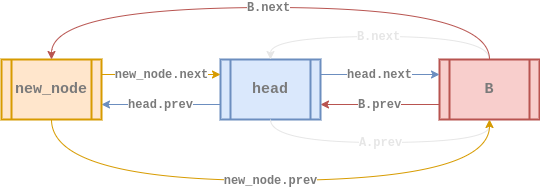
This is assets/images/data-structure/linked-list/cll-doubly-insert_at4.png from rolemadelen/euisblue.github.io, a draw.io export, as it was before one commit. Source tidied: cells renumbered, new cells last; positions are measured from the earlier drawing's top-left corner, leaving out a move shared by most shapes. Its diagram source:
```xml
<mxGraphModel>
  <root>
    <mxCell id="0" />
    <mxCell id="1" parent="0" />
    <mxCell id="2" value="&lt;b style=&quot;color: rgb(122 , 122 , 122) ; font-family: &amp;#34;courier new&amp;#34;&quot;&gt;&lt;font style=&quot;font-size: 12px&quot;&gt;B.prev&lt;/font&gt;&lt;/b&gt;" style="rounded=0;jettySize=auto;html=1;exitX=0;exitY=0.75;exitDx=0;exitDy=0;entryX=1;entryY=0.75;entryDx=0;entryDy=0;strokeColor=#b85450;strokeWidth=1;fillColor=#f8cecc;" parent="1" edge="1" source="3" target="6">
      <mxGeometry relative="1" as="geometry" />
    </mxCell>
    <mxCell id="3" value="&lt;b&gt;&lt;font style=&quot;font-size: 15px&quot; face=&quot;Courier New&quot; color=&quot;#7a7a7a&quot;&gt;B&lt;/font&gt;&lt;/b&gt;" style="shape=process;whiteSpace=wrap;html=1;backgroundOutline=1;fillColor=#f8cecc;strokeColor=#b85450;gradientDirection=east;strokeWidth=2;shadow=0;glass=0;sketch=0;" parent="1" vertex="1">
      <mxGeometry x="438" y="52" width="100" height="60" as="geometry" />
    </mxCell>
    <mxCell id="4" value="&lt;b style=&quot;font-size: 11px ; font-style: normal ; letter-spacing: normal ; text-align: center ; text-indent: 0px ; text-transform: none ; word-spacing: 0px ; font-family: &amp;#34;courier new&amp;#34;&quot;&gt;&lt;font style=&quot;font-size: 12px&quot; color=&quot;#7a7a7a&quot;&gt;head.next&lt;/font&gt;&lt;/b&gt;" style="edgeStyle=orthogonalEdgeStyle;curved=1;rounded=0;sketch=0;jettySize=auto;html=1;exitX=1;exitY=0.25;exitDx=0;exitDy=0;entryX=0;entryY=0.25;entryDx=0;entryDy=0;strokeColor=#6c8ebf;strokeWidth=1;fillColor=#dae8fc;" parent="1" edge="1" source="6" target="3">
      <mxGeometry x="-0.01" relative="1" as="geometry">
        <Array as="points">
          <mxPoint x="378" y="67" />
          <mxPoint x="378" y="67" />
        </Array>
      </mxGeometry>
    </mxCell>
    <mxCell id="5" value="&lt;b style=&quot;color: rgb(122 , 122 , 122) ; font-family: &amp;#34;courier new&amp;#34; ; font-style: normal ; letter-spacing: normal ; text-align: center ; text-indent: 0px ; text-transform: none ; word-spacing: 0px ; background-color: rgb(255 , 255 , 255) ; font-size: 12px&quot;&gt;head.prev&lt;/b&gt;" style="edgeStyle=orthogonalEdgeStyle;curved=1;rounded=0;sketch=0;jettySize=auto;html=1;exitX=0;exitY=0.75;exitDx=0;exitDy=0;entryX=1;entryY=0.75;entryDx=0;entryDy=0;strokeColor=#6c8ebf;strokeWidth=1;fillColor=#dae8fc;" parent="1" edge="1" source="6" target="11">
      <mxGeometry relative="1" as="geometry" />
    </mxCell>
    <mxCell id="6" value="&lt;div&gt;&lt;font color=&quot;#7a7a7a&quot; face=&quot;courier new&quot; style=&quot;font-size: 15px&quot;&gt;head&lt;/font&gt;&lt;/div&gt;" style="shape=process;whiteSpace=wrap;html=1;backgroundOutline=1;fillColor=#dae8fc;strokeColor=#6c8ebf;gradientDirection=east;strokeWidth=2;shadow=0;glass=0;align=center;sketch=0;fontStyle=1;" parent="1" vertex="1">
      <mxGeometry x="219" y="52" width="100" height="60" as="geometry" />
    </mxCell>
    <mxCell id="7" value="&lt;font face=&quot;Courier New&quot; size=&quot;1&quot; color=&quot;#e6e6e6&quot;&gt;&lt;b style=&quot;font-size: 12px&quot;&gt;B.next&lt;/b&gt;&lt;/font&gt;" style="rounded=0;jettySize=auto;html=1;exitX=0.5;exitY=0;exitDx=0;exitDy=0;endArrow=classic;endFill=1;strokeWidth=1;entryX=0.5;entryY=0;entryDx=0;entryDy=0;fillColor=#f8cecc;edgeStyle=orthogonalEdgeStyle;curved=1;strokeColor=#E6E6E6;" parent="1" edge="1" source="3" target="6">
      <mxGeometry x="0.01" relative="1" as="geometry">
        <Array as="points">
          <mxPoint x="488" y="29" />
          <mxPoint x="269" y="29" />
        </Array>
      </mxGeometry>
    </mxCell>
    <mxCell id="8" value="&lt;b style=&quot;font-size: 11px ; font-style: normal ; letter-spacing: normal ; text-align: center ; text-indent: 0px ; text-transform: none ; word-spacing: 0px ; font-family: &amp;#34;courier new&amp;#34;&quot;&gt;&lt;font style=&quot;font-size: 12px&quot; color=&quot;#e6e6e6&quot;&gt;A.prev&lt;/font&gt;&lt;/b&gt;" style="edgeStyle=orthogonalEdgeStyle;curved=1;rounded=0;sketch=0;jettySize=auto;html=1;exitX=0.5;exitY=1;exitDx=0;exitDy=0;entryX=0.5;entryY=1;entryDx=0;entryDy=0;strokeWidth=1;fillColor=#dae8fc;strokeColor=#E6E6E6;" parent="1" edge="1" source="6" target="3">
      <mxGeometry relative="1" as="geometry">
        <Array as="points">
          <mxPoint x="269" y="135" />
          <mxPoint x="488" y="135" />
        </Array>
      </mxGeometry>
    </mxCell>
    <mxCell id="9" value="&lt;b style=&quot;color: rgb(122 , 122 , 122) ; font-family: &amp;#34;courier new&amp;#34; ; font-style: normal ; letter-spacing: normal ; text-align: center ; text-indent: 0px ; text-transform: none ; word-spacing: 0px ; background-color: rgb(255 , 255 , 255) ; font-size: 12px&quot;&gt;new_node.next&lt;/b&gt;" style="edgeStyle=orthogonalEdgeStyle;curved=1;rounded=0;sketch=0;jettySize=auto;html=1;exitX=1;exitY=0.25;exitDx=0;exitDy=0;entryX=0;entryY=0.25;entryDx=0;entryDy=0;strokeColor=#d79b00;strokeWidth=1;fillColor=#ffe6cc;" parent="1" edge="1" source="11" target="6">
      <mxGeometry relative="1" as="geometry" />
    </mxCell>
    <mxCell id="10" value="&lt;b style=&quot;color: rgb(122 , 122 , 122) ; font-family: &amp;#34;courier new&amp;#34; ; font-style: normal ; letter-spacing: normal ; text-align: center ; text-indent: 0px ; text-transform: none ; word-spacing: 0px ; background-color: rgb(255 , 255 , 255) ; font-size: 12px&quot;&gt;new_node.prev&lt;/b&gt;" style="edgeStyle=orthogonalEdgeStyle;curved=1;rounded=0;sketch=0;jettySize=auto;html=1;exitX=0.5;exitY=1;exitDx=0;exitDy=0;entryX=0.5;entryY=1;entryDx=0;entryDy=0;strokeColor=#d79b00;strokeWidth=1;fillColor=#ffe6cc;" parent="1" edge="1" source="11" target="3">
      <mxGeometry relative="1" as="geometry">
        <Array as="points">
          <mxPoint x="50" y="173" />
          <mxPoint x="488" y="173" />
        </Array>
      </mxGeometry>
    </mxCell>
    <mxCell id="11" value="&lt;div&gt;&lt;font color=&quot;#7a7a7a&quot; face=&quot;courier new&quot; size=&quot;1&quot;&gt;&lt;b style=&quot;font-size: 15px&quot;&gt;new_node&lt;/b&gt;&lt;/font&gt;&lt;/div&gt;" style="shape=process;whiteSpace=wrap;html=1;backgroundOutline=1;fillColor=#ffe6cc;strokeColor=#d79b00;gradientDirection=east;strokeWidth=2;shadow=0;glass=0;align=center;sketch=0;" parent="1" vertex="1">
      <mxGeometry y="52" width="100" height="60" as="geometry" />
    </mxCell>
    <mxCell id="12" value="&lt;font face=&quot;Courier New&quot; color=&quot;#7a7a7a&quot; size=&quot;1&quot;&gt;&lt;b style=&quot;font-size: 12px&quot;&gt;B.next&lt;/b&gt;&lt;/font&gt;" style="rounded=0;jettySize=auto;html=1;exitX=0.5;exitY=0;exitDx=0;exitDy=0;endArrow=classic;endFill=1;strokeColor=#b85450;strokeWidth=1;entryX=0.5;entryY=0;entryDx=0;entryDy=0;fillColor=#f8cecc;edgeStyle=orthogonalEdgeStyle;curved=1;" parent="1" edge="1" source="3" target="11">
      <mxGeometry x="0.01" relative="1" as="geometry">
        <Array as="points">
          <mxPoint x="488" />
          <mxPoint x="50" />
        </Array>
      </mxGeometry>
    </mxCell>
  </root>
</mxGraphModel>
```
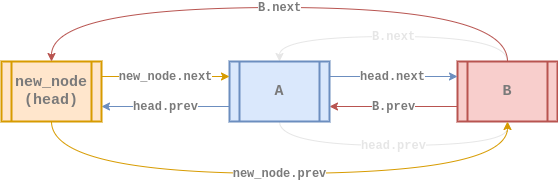
Later version of the same file.

Commit message:
circular list insert_at img fixed

Diff of the diagram source:
```diff
@@ -2,61 +2,56 @@
   <root>
     <mxCell id="0" />
     <mxCell id="1" parent="0" />
-    <mxCell id="2" value="&lt;b style=&quot;color: rgb(122 , 122 , 122) ; font-family: &amp;#34;courier new&amp;#34;&quot;&gt;&lt;font style=&quot;font-size: 12px&quot;&gt;B.prev&lt;/font&gt;&lt;/b&gt;" style="rounded=0;jettySize=auto;html=1;exitX=0;exitY=0.75;exitDx=0;exitDy=0;entryX=1;entryY=0.75;entryDx=0;entryDy=0;strokeColor=#b85450;strokeWidth=1;fillColor=#f8cecc;" parent="1" edge="1" source="3" target="6">
+    <mxCell id="2" value="&lt;b style=&quot;color: rgb(0 , 0 , 0) ; font-size: 11px ; font-style: normal ; letter-spacing: normal ; text-align: center ; text-indent: 0px ; text-transform: none ; word-spacing: 0px ; font-family: &amp;#34;courier new&amp;#34;&quot;&gt;&lt;font color=&quot;#7a7a7a&quot; style=&quot;font-size: 12px&quot;&gt;B.prev&lt;/font&gt;&lt;/b&gt;" style="edgeStyle=none;rounded=0;sketch=0;jettySize=auto;html=1;exitX=0;exitY=0.75;exitDx=0;exitDy=0;entryX=1;entryY=0.75;entryDx=0;entryDy=0;strokeColor=#b85450;strokeWidth=1;fillColor=#f8cecc;" parent="1" edge="1" source="4" target="8">
       <mxGeometry relative="1" as="geometry" />
     </mxCell>
-    <mxCell id="3" value="&lt;b&gt;&lt;font style=&quot;font-size: 15px&quot; face=&quot;Courier New&quot; color=&quot;#7a7a7a&quot;&gt;B&lt;/font&gt;&lt;/b&gt;" style="shape=process;whiteSpace=wrap;html=1;backgroundOutline=1;fillColor=#f8cecc;strokeColor=#b85450;gradientDirection=east;strokeWidth=2;shadow=0;glass=0;sketch=0;" parent="1" vertex="1">
-      <mxGeometry x="438" y="52" width="100" height="60" as="geometry" />
+    <mxCell id="3" value="&lt;b style=&quot;font-size: 11px ; font-style: normal ; letter-spacing: normal ; text-align: center ; text-indent: 0px ; text-transform: none ; word-spacing: 0px ; font-family: &amp;#34;courier new&amp;#34;&quot;&gt;&lt;font style=&quot;font-size: 12px&quot; color=&quot;#e6e6e6&quot;&gt;B.next&lt;/font&gt;&lt;/b&gt;" style="edgeStyle=orthogonalEdgeStyle;rounded=0;jettySize=auto;html=1;exitX=0.5;exitY=0;exitDx=0;exitDy=0;entryX=0.5;entryY=0;entryDx=0;entryDy=0;fillColor=#f8cecc;curved=1;strokeColor=#E6E6E6;" parent="1" edge="1" source="4" target="8">
+      <mxGeometry relative="1" as="geometry">
+        <Array as="points">
+          <mxPoint x="506" y="27" />
+          <mxPoint x="278" y="27" />
+        </Array>
+      </mxGeometry>
     </mxCell>
-    <mxCell id="4" value="&lt;b style=&quot;font-size: 11px ; font-style: normal ; letter-spacing: normal ; text-align: center ; text-indent: 0px ; text-transform: none ; word-spacing: 0px ; font-family: &amp;#34;courier new&amp;#34;&quot;&gt;&lt;font style=&quot;font-size: 12px&quot; color=&quot;#7a7a7a&quot;&gt;head.next&lt;/font&gt;&lt;/b&gt;" style="edgeStyle=orthogonalEdgeStyle;curved=1;rounded=0;sketch=0;jettySize=auto;html=1;exitX=1;exitY=0.25;exitDx=0;exitDy=0;entryX=0;entryY=0.25;entryDx=0;entryDy=0;strokeColor=#6c8ebf;strokeWidth=1;fillColor=#dae8fc;" parent="1" edge="1" source="6" target="3">
-      <mxGeometry x="-0.01" relative="1" as="geometry">
-        <Array as="points">
-          <mxPoint x="378" y="67" />
-          <mxPoint x="378" y="67" />
-        </Array>
-      </mxGeometry>
+    <mxCell id="4" value="&lt;b&gt;&lt;font style=&quot;font-size: 15px ; font-style: normal&quot; face=&quot;Courier New&quot; color=&quot;#7a7a7a&quot;&gt;B&lt;/font&gt;&lt;/b&gt;" style="shape=process;whiteSpace=wrap;html=1;backgroundOutline=1;fillColor=#f8cecc;strokeColor=#b85450;gradientDirection=east;strokeWidth=2;shadow=0;glass=0;sketch=0;fontStyle=2;" parent="1" vertex="1">
+      <mxGeometry x="456" y="52" width="100" height="60" as="geometry" />
     </mxCell>
-    <mxCell id="5" value="&lt;b style=&quot;color: rgb(122 , 122 , 122) ; font-family: &amp;#34;courier new&amp;#34; ; font-style: normal ; letter-spacing: normal ; text-align: center ; text-indent: 0px ; text-transform: none ; word-spacing: 0px ; background-color: rgb(255 , 255 , 255) ; font-size: 12px&quot;&gt;head.prev&lt;/b&gt;" style="edgeStyle=orthogonalEdgeStyle;curved=1;rounded=0;sketch=0;jettySize=auto;html=1;exitX=0;exitY=0.75;exitDx=0;exitDy=0;entryX=1;entryY=0.75;entryDx=0;entryDy=0;strokeColor=#6c8ebf;strokeWidth=1;fillColor=#dae8fc;" parent="1" edge="1" source="6" target="11">
-      <mxGeometry relative="1" as="geometry" />
+    <mxCell id="5" value="&lt;b style=&quot;font-size: 11px ; letter-spacing: normal ; text-align: center ; text-indent: 0px ; text-transform: none ; word-spacing: 0px ; font-family: &amp;#34;courier new&amp;#34;&quot;&gt;&lt;font style=&quot;font-size: 12px&quot; color=&quot;#7a7a7a&quot;&gt;head.next&lt;/font&gt;&lt;/b&gt;" style="rounded=0;sketch=0;jettySize=auto;html=1;exitX=1;exitY=0.25;exitDx=0;exitDy=0;entryX=0;entryY=0.25;entryDx=0;entryDy=0;strokeColor=#6c8ebf;strokeWidth=1;fillColor=#dae8fc;fontStyle=0;" parent="1" edge="1" source="8" target="4">
+      <mxGeometry x="-0.01" relative="1" as="geometry" />
     </mxCell>
-    <mxCell id="6" value="&lt;div&gt;&lt;font color=&quot;#7a7a7a&quot; face=&quot;courier new&quot; style=&quot;font-size: 15px&quot;&gt;head&lt;/font&gt;&lt;/div&gt;" style="shape=process;whiteSpace=wrap;html=1;backgroundOutline=1;fillColor=#dae8fc;strokeColor=#6c8ebf;gradientDirection=east;strokeWidth=2;shadow=0;glass=0;align=center;sketch=0;fontStyle=1;" parent="1" vertex="1">
-      <mxGeometry x="219" y="52" width="100" height="60" as="geometry" />
+    <mxCell id="6" value="&lt;b style=&quot;font-size: 11px ; font-style: normal ; letter-spacing: normal ; text-align: center ; text-indent: 0px ; text-transform: none ; word-spacing: 0px ; font-family: &amp;#34;courier new&amp;#34;&quot;&gt;&lt;font style=&quot;font-size: 12px&quot; color=&quot;#e6e6e6&quot;&gt;head.prev&lt;/font&gt;&lt;/b&gt;" style="edgeStyle=orthogonalEdgeStyle;curved=1;rounded=0;jettySize=auto;html=1;exitX=0.5;exitY=1;exitDx=0;exitDy=0;entryX=0.5;entryY=1;entryDx=0;entryDy=0;fillColor=#dae8fc;strokeColor=#E6E6E6;" parent="1" edge="1" source="8" target="4">
+      <mxGeometry relative="1" as="geometry">
+        <Array as="points">
+          <mxPoint x="278" y="136" />
+          <mxPoint x="506" y="136" />
+        </Array>
+      </mxGeometry>
     </mxCell>
-    <mxCell id="7" value="&lt;font face=&quot;Courier New&quot; size=&quot;1&quot; color=&quot;#e6e6e6&quot;&gt;&lt;b style=&quot;font-size: 12px&quot;&gt;B.next&lt;/b&gt;&lt;/font&gt;" style="rounded=0;jettySize=auto;html=1;exitX=0.5;exitY=0;exitDx=0;exitDy=0;endArrow=classic;endFill=1;strokeWidth=1;entryX=0.5;entryY=0;entryDx=0;entryDy=0;fillColor=#f8cecc;edgeStyle=orthogonalEdgeStyle;curved=1;strokeColor=#E6E6E6;" parent="1" edge="1" source="3" target="6">
-      <mxGeometry x="0.01" relative="1" as="geometry">
-        <Array as="points">
-          <mxPoint x="488" y="29" />
-          <mxPoint x="269" y="29" />
-        </Array>
-      </mxGeometry>
+    <mxCell id="7" value="&lt;b style=&quot;color: rgb(0 , 0 , 0) ; font-size: 11px ; font-style: normal ; letter-spacing: normal ; text-align: center ; text-indent: 0px ; text-transform: none ; word-spacing: 0px ; font-family: &amp;#34;courier new&amp;#34;&quot;&gt;&lt;font color=&quot;#7a7a7a&quot; style=&quot;font-size: 12px&quot;&gt;head.prev&lt;/font&gt;&lt;/b&gt;" style="edgeStyle=orthogonalEdgeStyle;rounded=0;jettySize=auto;html=1;exitX=0;exitY=0.75;exitDx=0;exitDy=0;entryX=1;entryY=0.75;entryDx=0;entryDy=0;fillColor=#dae8fc;strokeColor=#6c8ebf;" parent="1" edge="1" source="8" target="11">
+      <mxGeometry relative="1" as="geometry" />
     </mxCell>
-    <mxCell id="8" value="&lt;b style=&quot;font-size: 11px ; font-style: normal ; letter-spacing: normal ; text-align: center ; text-indent: 0px ; text-transform: none ; word-spacing: 0px ; font-family: &amp;#34;courier new&amp;#34;&quot;&gt;&lt;font style=&quot;font-size: 12px&quot; color=&quot;#e6e6e6&quot;&gt;A.prev&lt;/font&gt;&lt;/b&gt;" style="edgeStyle=orthogonalEdgeStyle;curved=1;rounded=0;sketch=0;jettySize=auto;html=1;exitX=0.5;exitY=1;exitDx=0;exitDy=0;entryX=0.5;entryY=1;entryDx=0;entryDy=0;strokeWidth=1;fillColor=#dae8fc;strokeColor=#E6E6E6;" parent="1" edge="1" source="6" target="3">
-      <mxGeometry relative="1" as="geometry">
-        <Array as="points">
-          <mxPoint x="269" y="135" />
-          <mxPoint x="488" y="135" />
-        </Array>
-      </mxGeometry>
+    <mxCell id="8" value="&lt;div&gt;&lt;font color=&quot;#7a7a7a&quot; face=&quot;courier new&quot; style=&quot;font-size: 15px&quot;&gt;A&lt;/font&gt;&lt;/div&gt;" style="shape=process;whiteSpace=wrap;html=1;backgroundOutline=1;fillColor=#dae8fc;strokeColor=#6c8ebf;gradientDirection=east;strokeWidth=2;shadow=0;glass=0;align=center;sketch=0;fontStyle=1;" parent="1" vertex="1">
+      <mxGeometry x="228" y="52" width="100" height="60" as="geometry" />
     </mxCell>
-    <mxCell id="9" value="&lt;b style=&quot;color: rgb(122 , 122 , 122) ; font-family: &amp;#34;courier new&amp;#34; ; font-style: normal ; letter-spacing: normal ; text-align: center ; text-indent: 0px ; text-transform: none ; word-spacing: 0px ; background-color: rgb(255 , 255 , 255) ; font-size: 12px&quot;&gt;new_node.next&lt;/b&gt;" style="edgeStyle=orthogonalEdgeStyle;curved=1;rounded=0;sketch=0;jettySize=auto;html=1;exitX=1;exitY=0.25;exitDx=0;exitDy=0;entryX=0;entryY=0.25;entryDx=0;entryDy=0;strokeColor=#d79b00;strokeWidth=1;fillColor=#ffe6cc;" parent="1" edge="1" source="11" target="6">
+    <mxCell id="9" value="&lt;font color=&quot;#7a7a7a&quot; face=&quot;courier new&quot;&gt;&lt;span style=&quot;font-size: 12px&quot;&gt;&lt;b&gt;new_node.next&lt;/b&gt;&lt;/span&gt;&lt;/font&gt;" style="edgeStyle=orthogonalEdgeStyle;curved=1;rounded=0;jettySize=auto;html=1;exitX=1;exitY=0.25;exitDx=0;exitDy=0;entryX=0;entryY=0.25;entryDx=0;entryDy=0;fillColor=#ffe6cc;strokeColor=#d79b00;" parent="1" edge="1" source="11" target="8">
       <mxGeometry relative="1" as="geometry" />
     </mxCell>
-    <mxCell id="10" value="&lt;b style=&quot;color: rgb(122 , 122 , 122) ; font-family: &amp;#34;courier new&amp;#34; ; font-style: normal ; letter-spacing: normal ; text-align: center ; text-indent: 0px ; text-transform: none ; word-spacing: 0px ; background-color: rgb(255 , 255 , 255) ; font-size: 12px&quot;&gt;new_node.prev&lt;/b&gt;" style="edgeStyle=orthogonalEdgeStyle;curved=1;rounded=0;sketch=0;jettySize=auto;html=1;exitX=0.5;exitY=1;exitDx=0;exitDy=0;entryX=0.5;entryY=1;entryDx=0;entryDy=0;strokeColor=#d79b00;strokeWidth=1;fillColor=#ffe6cc;" parent="1" edge="1" source="11" target="3">
+    <mxCell id="10" value="&lt;b style=&quot;color: rgb(0 , 0 , 0) ; font-size: 11px ; font-style: normal ; letter-spacing: normal ; text-align: center ; text-indent: 0px ; text-transform: none ; word-spacing: 0px ; font-family: &amp;#34;courier new&amp;#34;&quot;&gt;&lt;font color=&quot;#7a7a7a&quot; style=&quot;font-size: 12px&quot;&gt;new_node.prev&lt;/font&gt;&lt;/b&gt;" style="edgeStyle=orthogonalEdgeStyle;curved=1;rounded=0;jettySize=auto;html=1;exitX=0.5;exitY=1;exitDx=0;exitDy=0;entryX=0.5;entryY=1;entryDx=0;entryDy=0;fillColor=#ffe6cc;strokeColor=#d79b00;" parent="1" edge="1" source="11" target="4">
       <mxGeometry relative="1" as="geometry">
         <Array as="points">
-          <mxPoint x="50" y="173" />
-          <mxPoint x="488" y="173" />
+          <mxPoint x="50" y="164" />
+          <mxPoint x="506" y="164" />
         </Array>
       </mxGeometry>
     </mxCell>
-    <mxCell id="11" value="&lt;div&gt;&lt;font color=&quot;#7a7a7a&quot; face=&quot;courier new&quot; size=&quot;1&quot;&gt;&lt;b style=&quot;font-size: 15px&quot;&gt;new_node&lt;/b&gt;&lt;/font&gt;&lt;/div&gt;" style="shape=process;whiteSpace=wrap;html=1;backgroundOutline=1;fillColor=#ffe6cc;strokeColor=#d79b00;gradientDirection=east;strokeWidth=2;shadow=0;glass=0;align=center;sketch=0;" parent="1" vertex="1">
+    <mxCell id="11" value="&lt;div&gt;&lt;font color=&quot;#7a7a7a&quot; face=&quot;courier new&quot; style=&quot;font-size: 15px&quot;&gt;new_node&lt;/font&gt;&lt;/div&gt;&lt;div&gt;&lt;font color=&quot;#7a7a7a&quot; face=&quot;courier new&quot; style=&quot;font-size: 15px&quot;&gt;(head)&lt;/font&gt;&lt;/div&gt;" style="shape=process;whiteSpace=wrap;html=1;backgroundOutline=1;fillColor=#ffe6cc;strokeColor=#d79b00;gradientDirection=east;strokeWidth=2;shadow=0;glass=0;align=center;sketch=0;fontStyle=1;" parent="1" vertex="1">
       <mxGeometry y="52" width="100" height="60" as="geometry" />
     </mxCell>
-    <mxCell id="12" value="&lt;font face=&quot;Courier New&quot; color=&quot;#7a7a7a&quot; size=&quot;1&quot;&gt;&lt;b style=&quot;font-size: 12px&quot;&gt;B.next&lt;/b&gt;&lt;/font&gt;" style="rounded=0;jettySize=auto;html=1;exitX=0.5;exitY=0;exitDx=0;exitDy=0;endArrow=classic;endFill=1;strokeColor=#b85450;strokeWidth=1;entryX=0.5;entryY=0;entryDx=0;entryDy=0;fillColor=#f8cecc;edgeStyle=orthogonalEdgeStyle;curved=1;" parent="1" edge="1" source="3" target="11">
-      <mxGeometry x="0.01" relative="1" as="geometry">
+    <mxCell id="12" value="&lt;b style=&quot;color: rgb(0 , 0 , 0) ; font-size: 11px ; font-style: normal ; letter-spacing: normal ; text-align: center ; text-indent: 0px ; text-transform: none ; word-spacing: 0px ; font-family: &amp;#34;courier new&amp;#34;&quot;&gt;&lt;font color=&quot;#7a7a7a&quot; style=&quot;font-size: 12px&quot;&gt;B.next&lt;/font&gt;&lt;/b&gt;" style="edgeStyle=orthogonalEdgeStyle;rounded=0;jettySize=auto;html=1;exitX=0.5;exitY=0;exitDx=0;exitDy=0;entryX=0.5;entryY=0;entryDx=0;entryDy=0;fillColor=#f8cecc;strokeColor=#b85450;curved=1;" parent="1" edge="1" source="4" target="11">
+      <mxGeometry relative="1" as="geometry">
         <Array as="points">
-          <mxPoint x="488" />
-          <mxPoint x="50" />
+          <mxPoint x="506" y="-2" />
+          <mxPoint x="50" y="-2" />
         </Array>
       </mxGeometry>
     </mxCell>
```
